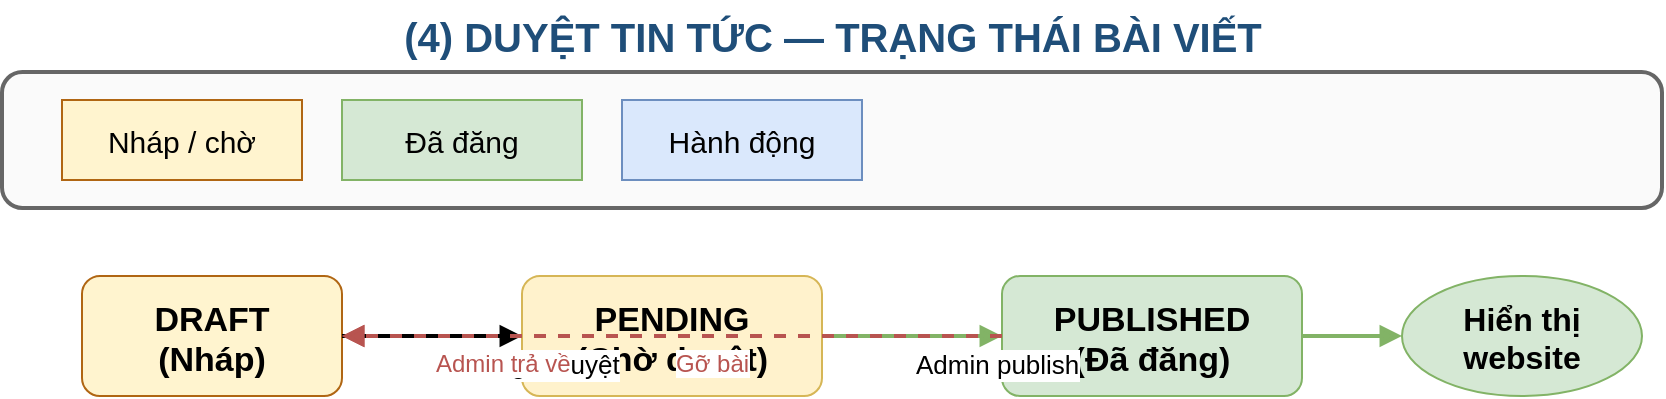
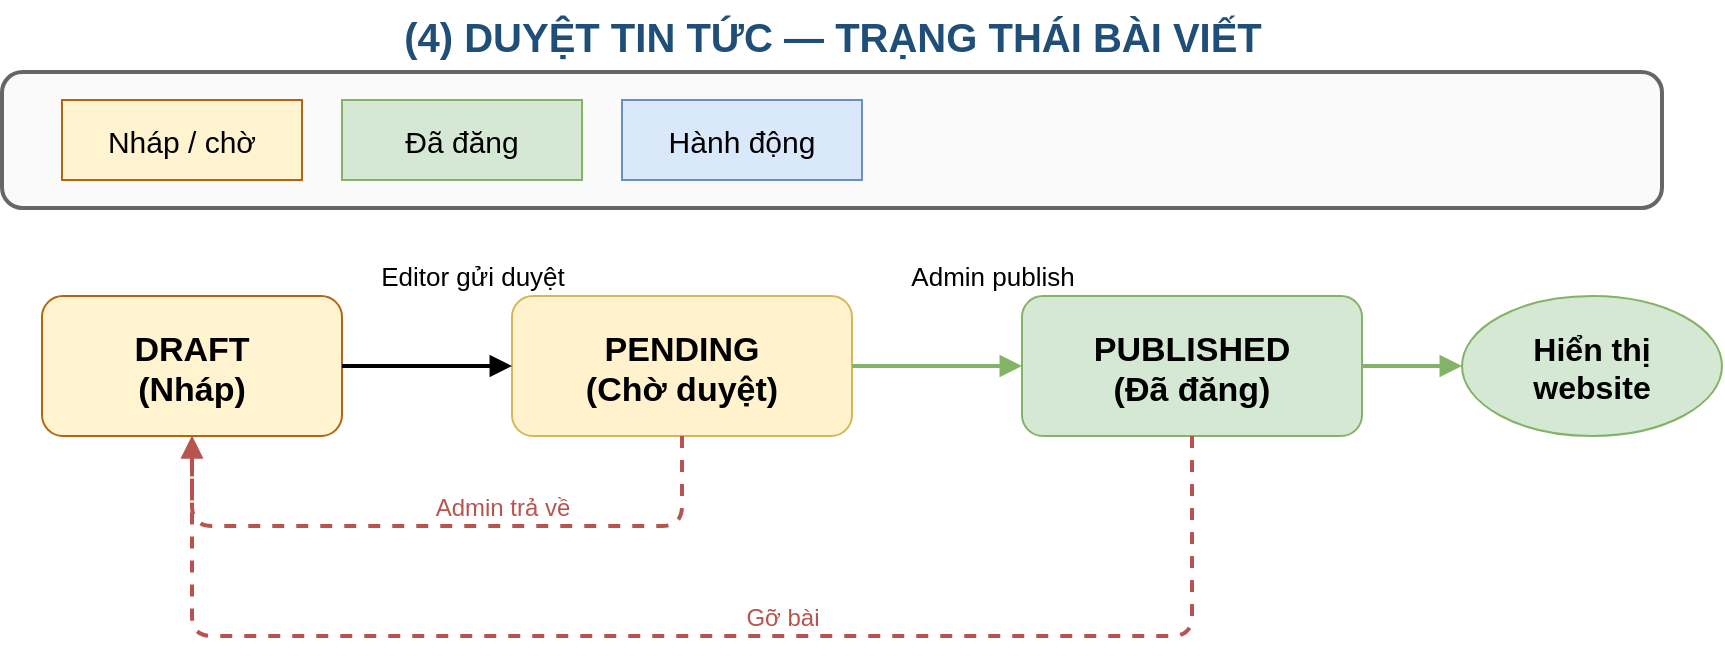
<mxfile host="app.diagrams.net" agent="Cursor">
  <diagram id="news-state" name="Duyet tin tuc">
-     <mxGraphModel dx="900" dy="500" grid="1" gridSize="10" guides="1" tooltips="1" connect="1" arrows="1" fold="1" page="1" pageScale="1" pageWidth="950" pageHeight="420" math="0" shadow="0">
+     <mxGraphModel dx="900" dy="500" grid="1" gridSize="10" guides="1" tooltips="1" connect="1" arrows="1" fold="1" page="1" pageScale="1" pageWidth="950" pageHeight="500" math="0" shadow="0">
      <root>
        <mxCell id="0" /><mxCell id="1" parent="0" />
        <mxCell id="title" parent="1" style="text;html=1;strokeColor=none;fillColor=none;align=center;fontSize=20;fontStyle=1;fontColor=#1F4E79;" value="(4) DUYỆT TIN TỨC — TRẠNG THÁI BÀI VIẾT" vertex="1">
          <mxGeometry x="150" y="12" width="650" height="28" as="geometry" />
        </mxCell>
        <mxCell id="legend-frame" parent="1" style="rounded=1;fillColor=#FAFAFA;strokeColor=#666666;strokeWidth=2;" value="" vertex="1">
          <mxGeometry x="60" y="48" width="830" height="68" as="geometry" />
        </mxCell>
        <mxCell id="lg1" parent="1" style="rounded=0;fillColor=#FFF4CF;strokeColor=#B06613;fontSize=15;align=center;" value="Nháp / chờ" vertex="1">
          <mxGeometry x="90" y="62" width="120" height="40" as="geometry" />
        </mxCell>
        <mxCell id="lg2" parent="1" style="rounded=0;fillColor=#D5E8D4;strokeColor=#82B366;fontSize=15;align=center;" value="Đã đăng" vertex="1">
          <mxGeometry x="230" y="62" width="120" height="40" as="geometry" />
        </mxCell>
        <mxCell id="lg3" parent="1" style="rounded=0;fillColor=#DAE8FC;strokeColor=#6C8EBF;fontSize=15;align=center;" value="Hành động" vertex="1">
          <mxGeometry x="370" y="62" width="120" height="40" as="geometry" />
        </mxCell>
        <mxCell id="draft" parent="1" style="rounded=1;fillColor=#FFF4CF;strokeColor=#B06613;fontStyle=1;fontSize=17;align=center;" value="DRAFT&#xa;(Nháp)" vertex="1">
-           <mxGeometry x="100" y="150" width="130" height="60" as="geometry" />
+           <mxGeometry x="80" y="160" width="150" height="70" as="geometry" />
        </mxCell>
        <mxCell id="pending" parent="1" style="rounded=1;fillColor=#FFF2CC;strokeColor=#D6B656;fontStyle=1;fontSize=17;align=center;" value="PENDING&#xa;(Chờ duyệt)" vertex="1">
-           <mxGeometry x="320" y="150" width="150" height="60" as="geometry" />
+           <mxGeometry x="315" y="160" width="170" height="70" as="geometry" />
        </mxCell>
        <mxCell id="pub" parent="1" style="rounded=1;fillColor=#D5E8D4;strokeColor=#82B366;fontStyle=1;fontSize=17;align=center;" value="PUBLISHED&#xa;(Đã đăng)" vertex="1">
-           <mxGeometry x="560" y="150" width="150" height="60" as="geometry" />
+           <mxGeometry x="570" y="160" width="170" height="70" as="geometry" />
        </mxCell>
        <mxCell id="end" parent="1" style="ellipse;fillColor=#D5E8D4;strokeColor=#82B366;fontStyle=1;fontSize=16;align=center;" value="Hiển thị&#xa;website" vertex="1">
-           <mxGeometry x="760" y="150" width="120" height="60" as="geometry" />
+           <mxGeometry x="790" y="160" width="130" height="70" as="geometry" />
        </mxCell>
        <mxCell id="e1" edge="1" parent="1" source="draft" target="pending" style="endArrow=block;html=1;strokeWidth=2;">
          <mxGeometry relative="1" as="geometry" />
        </mxCell>
-         <mxCell id="e1l" connectable="0" parent="e1" style="edgeLabel;html=1;fontSize=13;" value="Editor gửi duyệt" vertex="1"><mxGeometry relative="1" as="geometry"><mxPoint as="offset" /></mxGeometry></mxCell>
+         <mxCell id="e1l" parent="1" style="text;html=1;strokeColor=none;fillColor=none;align=center;fontSize=13;" value="Editor gửi duyệt" vertex="1"><mxGeometry x="230" y="136" width="130" height="22" as="geometry" /></mxCell>
        <mxCell id="e2" edge="1" parent="1" source="pending" target="pub" style="endArrow=block;strokeColor=#82B366;html=1;strokeWidth=2;">
          <mxGeometry relative="1" as="geometry" />
        </mxCell>
-         <mxCell id="e2l" connectable="0" parent="e2" style="edgeLabel;html=1;fontSize=13;" value="Admin publish" vertex="1"><mxGeometry relative="1" as="geometry"><mxPoint as="offset" /></mxGeometry></mxCell>
+         <mxCell id="e2l" parent="1" style="text;html=1;strokeColor=none;fillColor=none;align=center;fontSize=13;" value="Admin publish" vertex="1"><mxGeometry x="490" y="136" width="130" height="22" as="geometry" /></mxCell>
        <mxCell id="e3" edge="1" parent="1" source="pub" target="end" style="endArrow=block;strokeColor=#82B366;html=1;strokeWidth=2;">
          <mxGeometry relative="1" as="geometry" />
        </mxCell>
-         <mxCell id="e4" edge="1" parent="1" source="pending" target="draft" style="endArrow=block;strokeColor=#B85450;dashed=1;html=1;strokeWidth=2;">
-           <mxGeometry relative="1" as="geometry" />
+         <mxCell id="e4" edge="1" parent="1" source="pending" target="draft" style="edgeStyle=orthogonalEdgeStyle;rounded=1;orthogonalLoop=1;jettySize=auto;endArrow=block;strokeColor=#B85450;dashed=1;html=1;strokeWidth=2;exitX=0.5;exitY=1;entryX=0.5;entryY=1;">
+           <mxGeometry relative="1" as="geometry">
+             <Array as="points">
+               <mxPoint x="400" y="275" />
+               <mxPoint x="155" y="275" />
+             </Array>
+           </mxGeometry>
        </mxCell>
-         <mxCell id="e4l" connectable="0" parent="e4" style="edgeLabel;html=1;fontSize=12;fontColor=#B85450;" value="Admin trả về" vertex="1"><mxGeometry relative="1" as="geometry"><mxPoint as="offset" /></mxGeometry></mxCell>
-         <mxCell id="e5" edge="1" parent="1" source="pub" target="draft" style="endArrow=block;strokeColor=#B85450;dashed=1;html=1;strokeWidth=2;">
-           <mxGeometry relative="1" as="geometry" />
+         <mxCell id="e4l" parent="1" style="text;html=1;strokeColor=none;fillColor=none;align=center;fontSize=12;fontColor=#B85450;" value="Admin trả về" vertex="1"><mxGeometry x="245" y="252" width="130" height="22" as="geometry" /></mxCell>
+         <mxCell id="e5" edge="1" parent="1" source="pub" target="draft" style="edgeStyle=orthogonalEdgeStyle;rounded=1;orthogonalLoop=1;jettySize=auto;endArrow=block;strokeColor=#B85450;dashed=1;html=1;strokeWidth=2;exitX=0.5;exitY=1;entryX=0.5;entryY=1;">
+           <mxGeometry relative="1" as="geometry">
+             <Array as="points">
+               <mxPoint x="655" y="330" />
+               <mxPoint x="155" y="330" />
+             </Array>
+           </mxGeometry>
        </mxCell>
-         <mxCell id="e5l" connectable="0" parent="e5" style="edgeLabel;html=1;fontSize=12;fontColor=#B85450;" value="Gỡ bài" vertex="1"><mxGeometry relative="1" as="geometry"><mxPoint as="offset" /></mxGeometry></mxCell>
+         <mxCell id="e5l" parent="1" style="text;html=1;strokeColor=none;fillColor=none;align=center;fontSize=12;fontColor=#B85450;" value="Gỡ bài" vertex="1"><mxGeometry x="410" y="307" width="80" height="22" as="geometry" /></mxCell>
      </root>
    </mxGraphModel>
  </diagram>
</mxfile>
